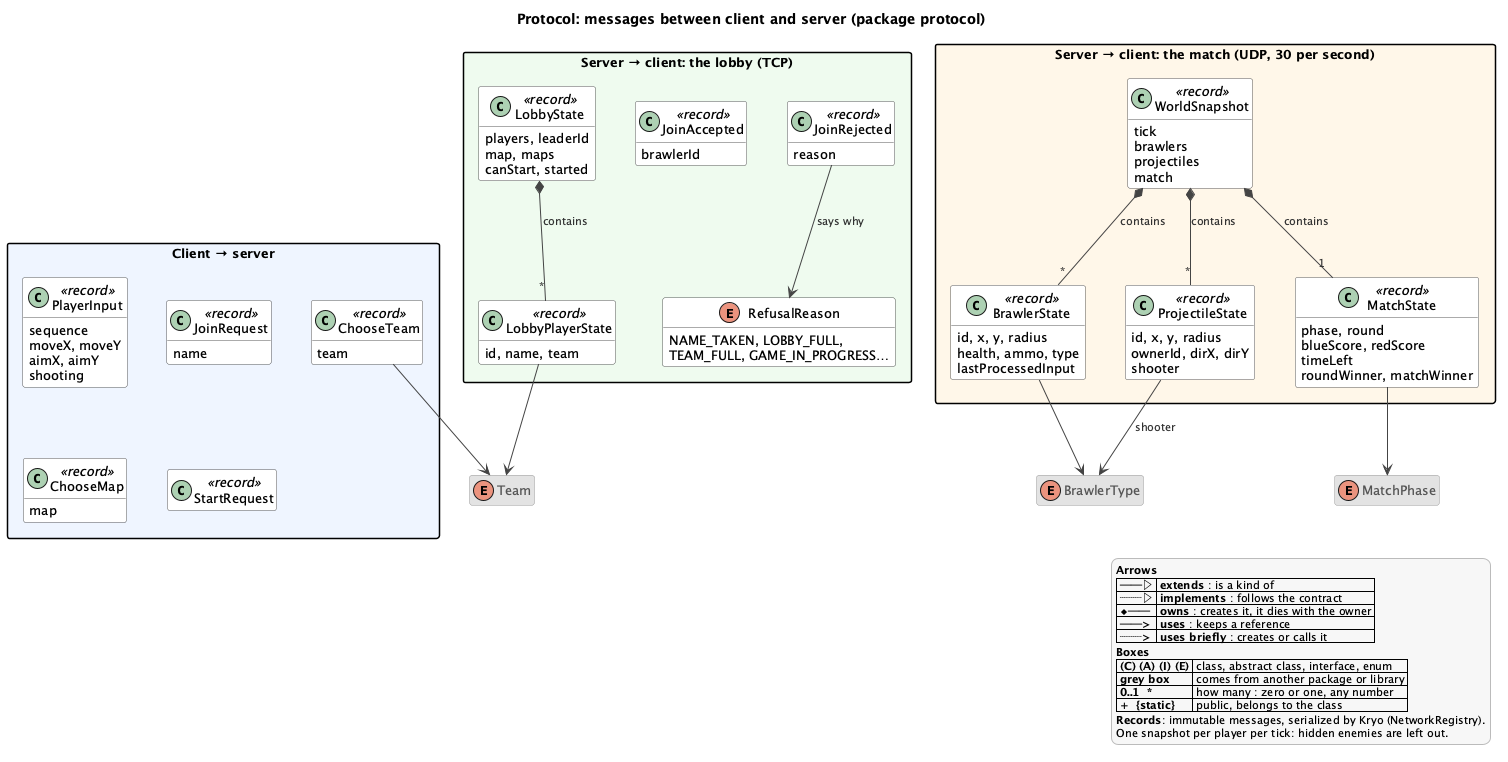
The PlantUML diagram docs/uml/protocol.png in louispouillet/2dgame, before a commit.
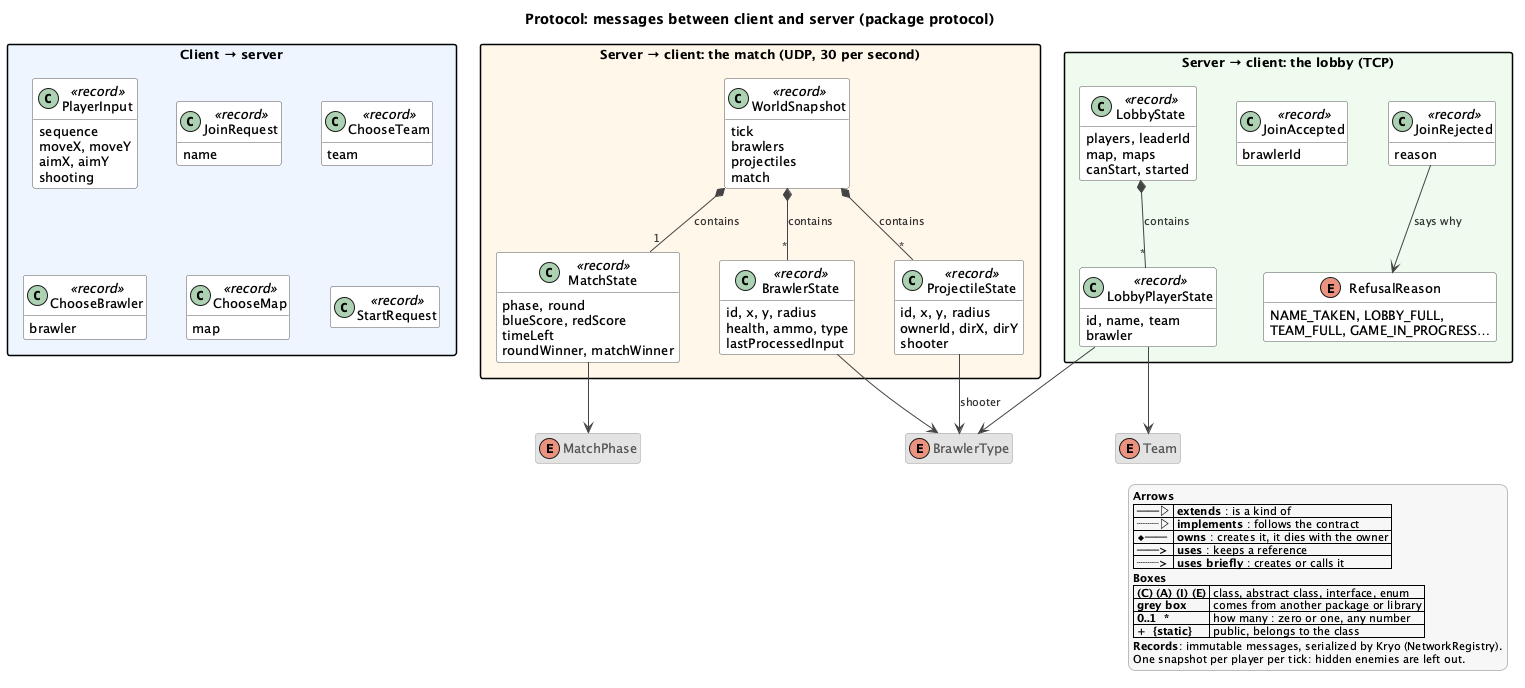
Above is the later version.

Diff of the diagram source:
```diff
@@ -14,6 +14,9 @@
     }
     class ChooseTeam <<record>> {
         team
+    }
+    class ChooseBrawler <<record>> {
+        brawler
     }
     class ChooseMap <<record>> {
         map
@@ -54,6 +57,7 @@
     }
     class LobbyPlayerState <<record>> {
         id, name, team
+        brawler
     }
     class JoinAccepted <<record>> {
         brawlerId
@@ -80,7 +84,7 @@
 BrawlerState --> BrawlerType
 ProjectileState --> BrawlerType : shooter
 LobbyPlayerState --> Team
-ChooseTeam --> Team
+LobbyPlayerState --> BrawlerType
 
 $legend("<b>Records</b>: immutable messages, serialized by Kryo (NetworkRegistry).", "One snapshot per player per tick: hidden enemies are left out.")
 @enduml
```
